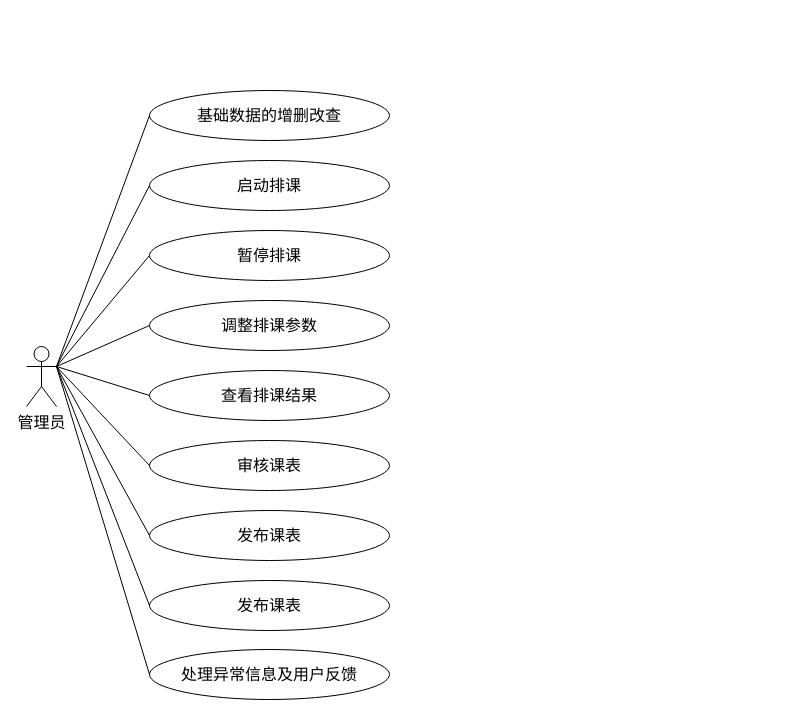
This is 管理员用例图.drawio from runoob09/drawio, a draw.io file, before an edit. Source tidied: cells renumbered, new cells numbered last; positions are measured from the earlier drawing's top-left corner, leaving out a move shared by most shapes. Both pictures are drawn from the tidied source at 100%, with x=0, y=0 at pixel (26, 90).
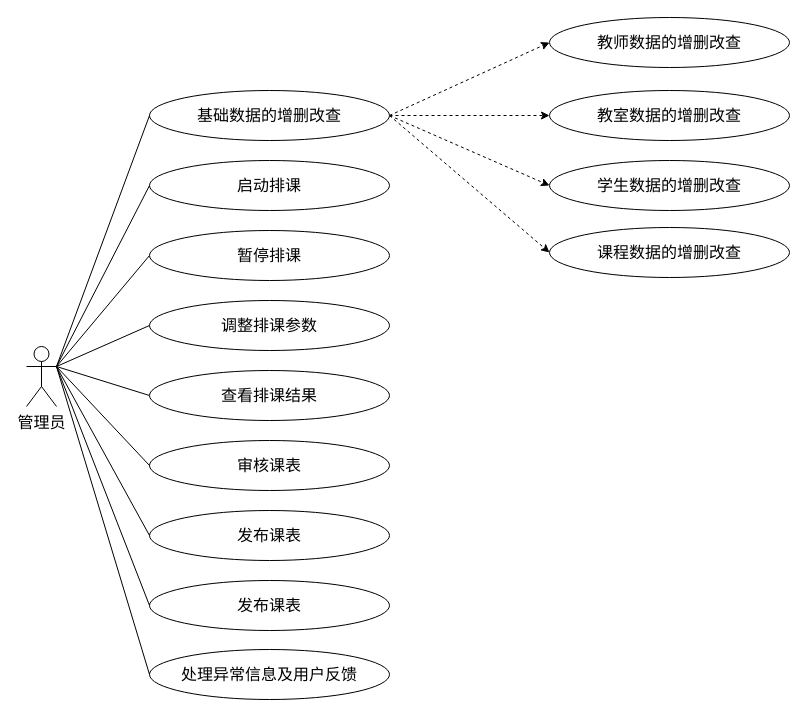
After the change.

Commit message (it also covers changes not shown here):
更新管理员用例图.drawio

The change refers to these unchanged cells:
```xml
<mxCell id="3" value="基础数据的增删改查" style="ellipse;whiteSpace=wrap;html=1;fontSize=16;" parent="1" vertex="1">
  <mxGeometry x="123" width="240" height="50" as="geometry" />
</mxCell>
```

Change to the diagram source:
```diff
@@
+    <mxCell id="21" style="rounded=0;jettySize=auto;html=1;exitX=1;exitY=0.5;exitDx=0;exitDy=0;entryX=0;entryY=0.5;entryDx=0;entryDy=0;dashed=1;strokeWidth=1;" parent="1" edge="1" source="3" target="25">
+      <mxGeometry relative="1" as="geometry" />
+    </mxCell>
+    <mxCell id="22" style="rounded=0;jettySize=auto;html=1;entryX=0;entryY=0.5;entryDx=0;entryDy=0;dashed=1;strokeWidth=1;" parent="1" edge="1" source="3" target="26">
+      <mxGeometry relative="1" as="geometry" />
+    </mxCell>
+    <mxCell id="23" style="rounded=0;jettySize=auto;html=1;entryX=0;entryY=0.5;entryDx=0;entryDy=0;dashed=1;strokeWidth=1;exitX=1;exitY=0.5;exitDx=0;exitDy=0;" parent="1" edge="1" source="3" target="27">
+      <mxGeometry relative="1" as="geometry" />
+    </mxCell>
+    <mxCell id="24" style="rounded=0;jettySize=auto;html=1;entryX=0;entryY=0.5;entryDx=0;entryDy=0;dashed=1;strokeWidth=1;exitX=1;exitY=0.5;exitDx=0;exitDy=0;" parent="1" edge="1" source="3" target="28">
+      <mxGeometry relative="1" as="geometry" />
+    </mxCell>
@@
+    <mxCell id="25" value="教师数据的增删改查" style="ellipse;whiteSpace=wrap;html=1;fontSize=16;" parent="1" vertex="1">
+      <mxGeometry x="523" y="-73" width="240" height="50" as="geometry" />
+    </mxCell>
+    <mxCell id="26" value="教室数据的增删改查" style="ellipse;whiteSpace=wrap;html=1;fontSize=16;" parent="1" vertex="1">
+      <mxGeometry x="523" width="240" height="50" as="geometry" />
+    </mxCell>
+    <mxCell id="27" value="学生数据的增删改查" style="ellipse;whiteSpace=wrap;html=1;fontSize=16;" parent="1" vertex="1">
+      <mxGeometry x="523" y="70" width="240" height="50" as="geometry" />
+    </mxCell>
+    <mxCell id="28" value="课程数据的增删改查" style="ellipse;whiteSpace=wrap;html=1;fontSize=16;" parent="1" vertex="1">
+      <mxGeometry x="523" y="137" width="240" height="50" as="geometry" />
+    </mxCell>
```
